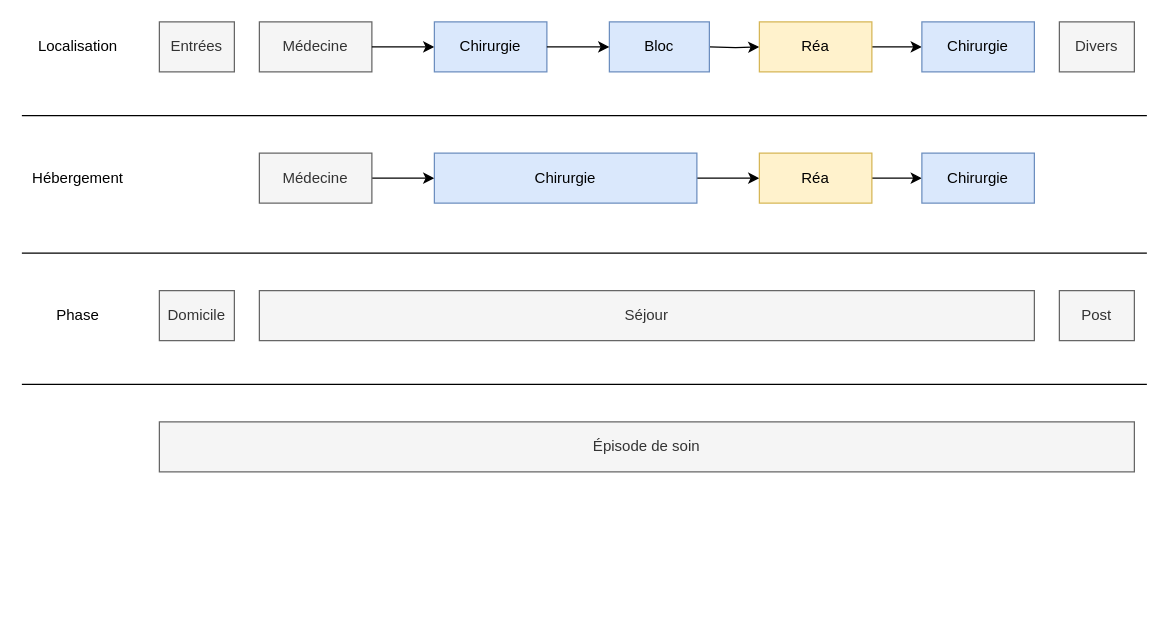
This is page "Parcours" (3 of 5) of RUM.drawio from eriam/Diagrammes, a draw.io file, before an edit. Source tidied: cells renumbered, new cells numbered last; positions are measured from the earlier drawing's top-left corner, leaving out a move shared by most shapes. Both pictures are drawn from the tidied source at 125%, with x=0, y=0 at pixel (21, 21).
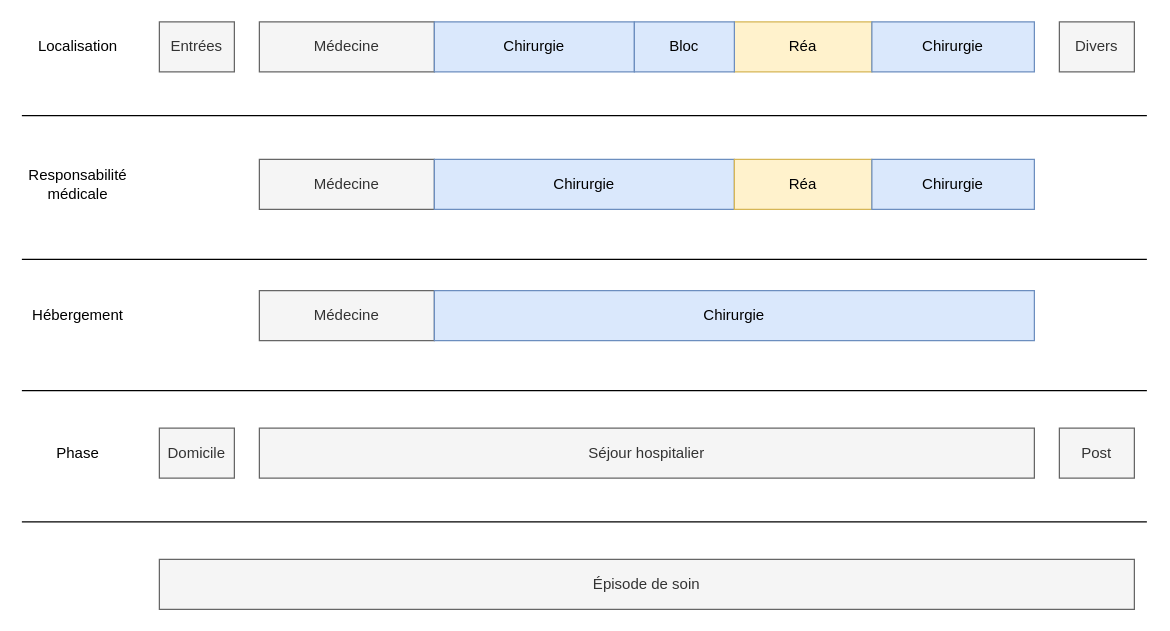
Above is the later version.

Commit message (it also covers changes not shown here):
Mettre à jour RUM.drawio

Diff of the diagram source:
```diff
@@
-    <mxCell id="2" style="edgeStyle=orthogonalEdgeStyle;rounded=0;jettySize=auto;html=1;" parent="1" edge="1" source="3">
-      <mxGeometry relative="1" as="geometry">
-        <mxPoint x="330" y="125" as="targetPoint" />
-      </mxGeometry>
-    </mxCell>
     <mxCell id="3" value="Médecine" style="rounded=0;whiteSpace=wrap;html=1;fillColor=#f5f5f5;fontColor=#333333;strokeColor=#666666;" parent="1" vertex="1">
-      <mxGeometry x="190" y="105" width="90" height="40" as="geometry" />
+      <mxGeometry x="190" y="215" width="140" height="40" as="geometry" />
     </mxCell>
-    <mxCell id="4" style="edgeStyle=orthogonalEdgeStyle;rounded=0;jettySize=auto;html=1;entryX=0;entryY=0.5;entryDx=0;entryDy=0;" parent="1" edge="1" source="5" target="7">
-      <mxGeometry relative="1" as="geometry" />
-    </mxCell>
     <mxCell id="5" value="Chirurgie" style="rounded=0;whiteSpace=wrap;html=1;fillColor=#dae8fc;strokeColor=#6c8ebf;" parent="1" vertex="1">
-      <mxGeometry x="330" y="105" width="210" height="40" as="geometry" />
+      <mxGeometry x="330" y="215" width="480" height="40" as="geometry" />
     </mxCell>
-    <mxCell id="6" style="edgeStyle=orthogonalEdgeStyle;rounded=0;jettySize=auto;html=1;entryX=0;entryY=0.5;entryDx=0;entryDy=0;" parent="1" edge="1" source="7" target="8">
-      <mxGeometry relative="1" as="geometry" />
-    </mxCell>
-    <mxCell id="7" value="Réa" style="rounded=0;whiteSpace=wrap;html=1;fillColor=#fff2cc;strokeColor=#d6b656;" parent="1" vertex="1">
-      <mxGeometry x="590" y="105" width="90" height="40" as="geometry" />
-    </mxCell>
-    <mxCell id="8" value="Chirurgie" style="rounded=0;whiteSpace=wrap;html=1;fillColor=#dae8fc;strokeColor=#6c8ebf;" parent="1" vertex="1">
-      <mxGeometry x="720" y="105" width="90" height="40" as="geometry" />
-    </mxCell>
@@
     <mxCell id="10" value="Hébergement" style="text;html=1;strokeColor=none;fillColor=none;align=center;verticalAlign=middle;whiteSpace=wrap;rounded=0;" parent="1" vertex="1">
-      <mxGeometry y="110" width="90" height="30" as="geometry" />
+      <mxGeometry y="220" width="90" height="30" as="geometry" />
     </mxCell>
@@
     <mxCell id="13" value="Médecine" style="rounded=0;whiteSpace=wrap;html=1;fillColor=#f5f5f5;fontColor=#333333;strokeColor=#666666;" parent="1" vertex="1">
-      <mxGeometry x="190" width="90" height="40" as="geometry" />
+      <mxGeometry x="190" width="140" height="40" as="geometry" />
     </mxCell>
-    <mxCell id="14" style="edgeStyle=orthogonalEdgeStyle;rounded=0;orthogonalLoop=1;jettySize=auto;html=1;" parent="1" edge="1">
-      <mxGeometry relative="1" as="geometry">
-        <mxPoint x="280" y="20" as="sourcePoint" />
-        <mxPoint x="330" y="20" as="targetPoint" />
-      </mxGeometry>
-    </mxCell>
-    <mxCell id="15" style="edgeStyle=orthogonalEdgeStyle;rounded=0;jettySize=auto;html=1;entryX=0;entryY=0.5;entryDx=0;entryDy=0;" parent="1" edge="1" target="18">
-      <mxGeometry relative="1" as="geometry">
-        <mxPoint x="550" y="20" as="sourcePoint" />
-      </mxGeometry>
-    </mxCell>
     <mxCell id="16" value="Chirurgie" style="rounded=0;whiteSpace=wrap;html=1;fillColor=#dae8fc;strokeColor=#6c8ebf;" parent="1" vertex="1">
-      <mxGeometry x="330" width="90" height="40" as="geometry" />
+      <mxGeometry x="330" width="160" height="40" as="geometry" />
     </mxCell>
-    <mxCell id="17" style="edgeStyle=orthogonalEdgeStyle;rounded=0;jettySize=auto;html=1;entryX=0;entryY=0.5;entryDx=0;entryDy=0;" parent="1" edge="1" source="18" target="19">
-      <mxGeometry relative="1" as="geometry" />
-    </mxCell>
     <mxCell id="18" value="Réa" style="rounded=0;whiteSpace=wrap;html=1;fillColor=#fff2cc;strokeColor=#d6b656;" parent="1" vertex="1">
-      <mxGeometry x="590" width="90" height="40" as="geometry" />
+      <mxGeometry x="570" width="110" height="40" as="geometry" />
     </mxCell>
     <mxCell id="19" value="Chirurgie" style="rounded=0;whiteSpace=wrap;html=1;fillColor=#dae8fc;strokeColor=#6c8ebf;" parent="1" vertex="1">
-      <mxGeometry x="720" width="90" height="40" as="geometry" />
+      <mxGeometry x="680" width="130" height="40" as="geometry" />
     </mxCell>
     <mxCell id="20" value="Bloc" style="rounded=0;whiteSpace=wrap;html=1;fillColor=#dae8fc;strokeColor=#6c8ebf;" parent="1" vertex="1">
-      <mxGeometry x="470" width="80" height="40" as="geometry" />
+      <mxGeometry x="490" width="80" height="40" as="geometry" />
     </mxCell>
-    <mxCell id="21" style="edgeStyle=orthogonalEdgeStyle;rounded=0;jettySize=auto;html=1;entryX=0;entryY=0.5;entryDx=0;entryDy=0;exitX=1;exitY=0.5;exitDx=0;exitDy=0;" parent="1" edge="1" source="16" target="20">
-      <mxGeometry relative="1" as="geometry" />
-    </mxCell>
     <mxCell id="22" style="endArrow=none;html=1;rounded=0;" parent="1" edge="1">
       <mxGeometry relative="1" as="geometry">
-        <mxPoint y="185" as="sourcePoint" />
-        <mxPoint x="900" y="185" as="targetPoint" />
+        <mxPoint y="295" as="sourcePoint" />
+        <mxPoint x="900" y="295" as="targetPoint" />
       </mxGeometry>
     </mxCell>
     <mxCell id="23" value="Phase" style="text;html=1;strokeColor=none;fillColor=none;align=center;verticalAlign=middle;whiteSpace=wrap;rounded=0;" parent="1" vertex="1">
-      <mxGeometry y="220" width="90" height="30" as="geometry" />
+      <mxGeometry y="330" width="90" height="30" as="geometry" />
     </mxCell>
     <mxCell id="24" value="Domicile" style="rounded=0;whiteSpace=wrap;html=1;fillColor=#f5f5f5;fontColor=#333333;strokeColor=#666666;" parent="1" vertex="1">
-      <mxGeometry x="110" y="215" width="60" height="40" as="geometry" />
+      <mxGeometry x="110" y="325" width="60" height="40" as="geometry" />
     </mxCell>
-    <mxCell id="25" value="Séjour" style="rounded=0;whiteSpace=wrap;html=1;fillColor=#f5f5f5;fontColor=#333333;strokeColor=#666666;" parent="1" vertex="1">
-      <mxGeometry x="190" y="215" width="620" height="40" as="geometry" />
+    <mxCell id="25" value="Séjour hospitalier" style="rounded=0;whiteSpace=wrap;html=1;fillColor=#f5f5f5;fontColor=#333333;strokeColor=#666666;" parent="1" vertex="1">
+      <mxGeometry x="190" y="325" width="620" height="40" as="geometry" />
     </mxCell>
     <mxCell id="26" value="Post" style="rounded=0;whiteSpace=wrap;html=1;fillColor=#f5f5f5;fontColor=#333333;strokeColor=#666666;" parent="1" vertex="1">
-      <mxGeometry x="830" y="215" width="60" height="40" as="geometry" />
+      <mxGeometry x="830" y="325" width="60" height="40" as="geometry" />
     </mxCell>
@@
     <mxCell id="28" style="endArrow=none;html=1;rounded=0;" parent="1" edge="1">
       <mxGeometry relative="1" as="geometry">
-        <mxPoint y="290" as="sourcePoint" />
-        <mxPoint x="900" y="290" as="targetPoint" />
+        <mxPoint y="400" as="sourcePoint" />
+        <mxPoint x="900" y="400" as="targetPoint" />
       </mxGeometry>
     </mxCell>
     <mxCell id="29" value="Épisode de soin" style="rounded=0;whiteSpace=wrap;html=1;fillColor=#f5f5f5;fontColor=#333333;strokeColor=#666666;" parent="1" vertex="1">
-      <mxGeometry x="110" y="320" width="780" height="40" as="geometry" />
+      <mxGeometry x="110" y="430" width="780" height="40" as="geometry" />
     </mxCell>
+    <mxCell id="30" value="Médecine" style="rounded=0;whiteSpace=wrap;html=1;fillColor=#f5f5f5;fontColor=#333333;strokeColor=#666666;" parent="1" vertex="1">
+      <mxGeometry x="190" y="110" width="140" height="40" as="geometry" />
+    </mxCell>
+    <mxCell id="31" value="Chirurgie" style="rounded=0;whiteSpace=wrap;html=1;fillColor=#dae8fc;strokeColor=#6c8ebf;" parent="1" vertex="1">
+      <mxGeometry x="330" y="110" width="240" height="40" as="geometry" />
+    </mxCell>
+    <mxCell id="7" value="Réa" style="rounded=0;whiteSpace=wrap;html=1;fillColor=#fff2cc;strokeColor=#d6b656;" parent="1" vertex="1">
+      <mxGeometry x="570" y="110" width="110" height="40" as="geometry" />
+    </mxCell>
+    <mxCell id="32" value="Chirurgie" style="rounded=0;whiteSpace=wrap;html=1;fillColor=#dae8fc;strokeColor=#6c8ebf;" parent="1" vertex="1">
+      <mxGeometry x="680" y="110" width="130" height="40" as="geometry" />
+    </mxCell>
+    <mxCell id="33" value="&lt;div&gt;Responsabilité&lt;/div&gt;&lt;div&gt;médicale&lt;br&gt;&lt;/div&gt;" style="text;html=1;strokeColor=none;fillColor=none;align=center;verticalAlign=middle;whiteSpace=wrap;rounded=0;" parent="1" vertex="1">
+      <mxGeometry y="115" width="90" height="30" as="geometry" />
+    </mxCell>
+    <mxCell id="34" style="endArrow=none;html=1;rounded=0;" parent="1" edge="1">
+      <mxGeometry relative="1" as="geometry">
+        <mxPoint y="190" as="sourcePoint" />
+        <mxPoint x="900" y="190" as="targetPoint" />
+      </mxGeometry>
+    </mxCell>
```
